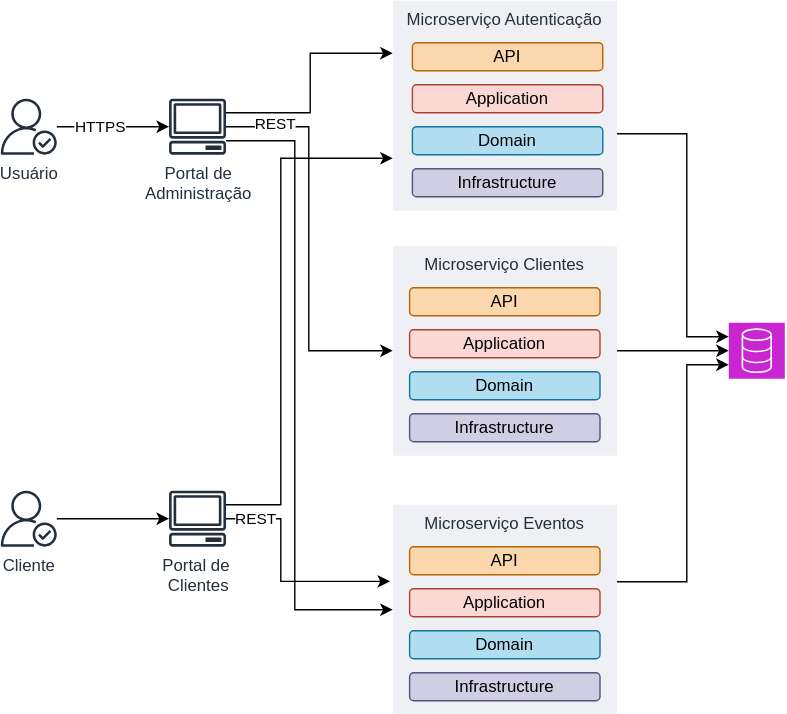
niccampanelli/domvsit-pdi23 keeps this draw.io diagram as architecture.svg. Above is the earlier version. Source tidied: cells renumbered, new cells last; positions are measured from the earlier drawing's top-left corner, leaving out a move shared by most shapes.
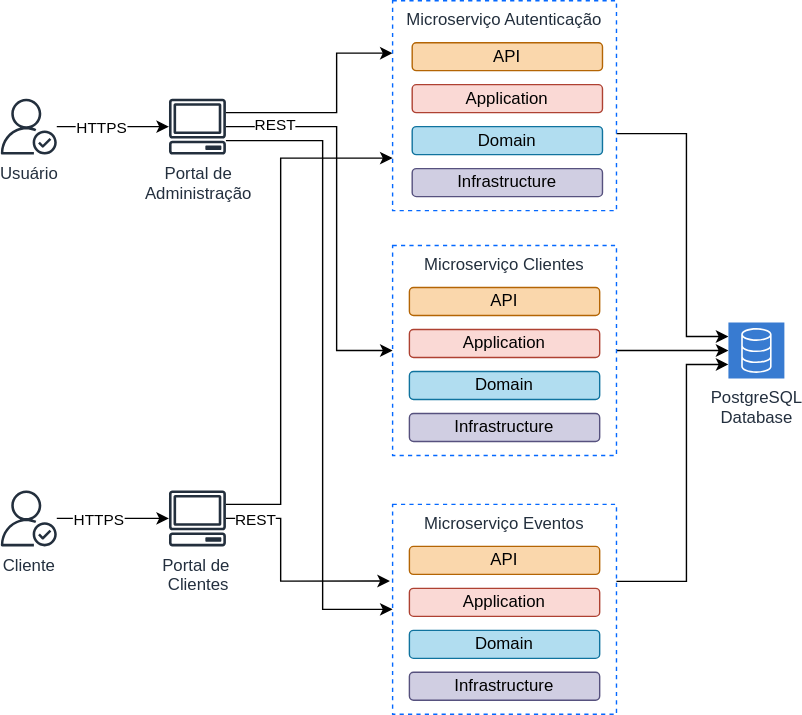
After the change.

Commit message:
Pequenas Modificações no Diagrama de Arquitetura e Configurando mediator

What changed in the source:
```diff
@@ -5,16 +5,16 @@
     <mxCell id="2" style="edgeStyle=orthogonalEdgeStyle;rounded=0;jettySize=auto;html=1;entryX=0;entryY=0.25;entryDx=0;entryDy=0;" parent="1" edge="1" source="6" target="11">
       <mxGeometry relative="1" as="geometry">
         <Array as="points">
-          <mxPoint x="221" y="80" />
-          <mxPoint x="221" y="38" />
+          <mxPoint x="240" y="80" />
+          <mxPoint x="240" y="38" />
         </Array>
       </mxGeometry>
     </mxCell>
     <mxCell id="3" style="edgeStyle=orthogonalEdgeStyle;rounded=0;jettySize=auto;html=1;entryX=0;entryY=0.5;entryDx=0;entryDy=0;" parent="1" edge="1" source="6" target="13">
       <mxGeometry relative="1" as="geometry">
         <Array as="points">
-          <mxPoint x="220" y="90" />
-          <mxPoint x="220" y="250" />
+          <mxPoint x="240" y="90" />
+          <mxPoint x="240" y="250" />
         </Array>
       </mxGeometry>
     </mxCell>
@@ -24,8 +24,8 @@
     <mxCell id="5" style="edgeStyle=orthogonalEdgeStyle;rounded=0;jettySize=auto;html=1;entryX=0;entryY=0.5;entryDx=0;entryDy=0;" parent="1" edge="1" source="6" target="15">
       <mxGeometry relative="1" as="geometry">
         <Array as="points">
-          <mxPoint x="210" y="100" />
-          <mxPoint x="210" y="435" />
+          <mxPoint x="230" y="100" />
+          <mxPoint x="230" y="435" />
         </Array>
       </mxGeometry>
     </mxCell>
@@ -49,13 +49,13 @@
         </Array>
       </mxGeometry>
     </mxCell>
-    <mxCell id="11" value="Microserviço Autenticação" style="fillColor=#EFF0F3;strokeColor=none;dashed=0;verticalAlign=top;fontStyle=0;fontColor=#232F3D;whiteSpace=wrap;html=1;" parent="1" vertex="1">
+    <mxCell id="11" value="Microserviço Autenticação" style="fillColor=none;strokeColor=#0569FF;dashed=1;verticalAlign=top;fontStyle=0;fontColor=#232F3D;whiteSpace=wrap;html=1;" parent="1" vertex="1">
       <mxGeometry x="280" width="160" height="150" as="geometry" />
     </mxCell>
     <mxCell id="12" style="edgeStyle=orthogonalEdgeStyle;rounded=0;jettySize=auto;html=1;entryX=0;entryY=0.5;entryDx=0;entryDy=0;entryPerimeter=0;" parent="1" edge="1" source="13" target="16">
       <mxGeometry relative="1" as="geometry" />
     </mxCell>
-    <mxCell id="13" value="Microserviço Clientes" style="fillColor=#EFF0F3;strokeColor=none;dashed=0;verticalAlign=top;fontStyle=0;fontColor=#232F3D;whiteSpace=wrap;html=1;" parent="1" vertex="1">
+    <mxCell id="13" value="Microserviço Clientes" style="fillColor=none;strokeColor=#0569FF;dashed=1;verticalAlign=top;fontStyle=0;fontColor=#232F3D;whiteSpace=wrap;html=1;" parent="1" vertex="1">
       <mxGeometry x="280" y="175" width="160" height="150" as="geometry" />
     </mxCell>
     <mxCell id="14" style="edgeStyle=orthogonalEdgeStyle;rounded=0;jettySize=auto;html=1;entryX=0;entryY=0.75;entryDx=0;entryDy=0;entryPerimeter=0;" parent="1" edge="1" source="15" target="16">
@@ -66,10 +66,10 @@
         </Array>
       </mxGeometry>
     </mxCell>
-    <mxCell id="15" value="Microserviço Eventos" style="fillColor=#EFF0F3;strokeColor=none;dashed=0;verticalAlign=top;fontStyle=0;fontColor=#232F3D;whiteSpace=wrap;html=1;" parent="1" vertex="1">
+    <mxCell id="15" value="Microserviço Eventos" style="fillColor=none;strokeColor=#0569FF;dashed=1;verticalAlign=top;fontStyle=0;fontColor=#232F3D;whiteSpace=wrap;html=1;" parent="1" vertex="1">
       <mxGeometry x="280" y="360" width="160" height="150" as="geometry" />
     </mxCell>
-    <mxCell id="16" style="sketch=0;points=[[0,0,0],[0.25,0,0],[0.5,0,0],[0.75,0,0],[1,0,0],[0,1,0],[0.25,1,0],[0.5,1,0],[0.75,1,0],[1,1,0],[0,0.25,0],[0,0.5,0],[0,0.75,0],[1,0.25,0],[1,0.5,0],[1,0.75,0]];outlineConnect=0;fontColor=#232F3E;fillColor=#C925D1;strokeColor=#ffffff;dashed=0;verticalLabelPosition=bottom;verticalAlign=top;align=center;html=1;fontSize=12;fontStyle=0;shape=mxgraph.aws4.resourceIcon;resIcon=mxgraph.aws4.database;" parent="1" vertex="1">
+    <mxCell id="16" value="PostgreSQL&lt;br&gt;Database" style="sketch=0;points=[[0,0,0],[0.25,0,0],[0.5,0,0],[0.75,0,0],[1,0,0],[0,1,0],[0.25,1,0],[0.5,1,0],[0.75,1,0],[1,1,0],[0,0.25,0],[0,0.5,0],[0,0.75,0],[1,0.25,0],[1,0.5,0],[1,0.75,0]];outlineConnect=0;fontColor=#232F3E;fillColor=#387BD1;strokeColor=#ffffff;dashed=0;verticalLabelPosition=bottom;verticalAlign=top;align=center;html=1;fontSize=12;fontStyle=0;shape=mxgraph.aws4.resourceIcon;resIcon=mxgraph.aws4.database;" parent="1" vertex="1">
       <mxGeometry x="520" y="230" width="40" height="40" as="geometry" />
     </mxCell>
     <mxCell id="17" value="API" style="rounded=1;whiteSpace=wrap;html=1;fillColor=#fad7ac;strokeColor=#b46504;" parent="1" vertex="1">
@@ -111,6 +111,11 @@
     <mxCell id="29" style="edgeStyle=orthogonalEdgeStyle;rounded=0;jettySize=auto;html=1;" parent="1" edge="1" source="30" target="34">
       <mxGeometry relative="1" as="geometry" />
     </mxCell>
+    <mxCell id="35" value="HTTPS" style="edgeLabel;html=1;align=center;verticalAlign=middle;" parent="29" vertex="1">
+      <mxGeometry x="-0.27" y="2" relative="1" as="geometry">
+        <mxPoint y="2" as="offset" />
+      </mxGeometry>
+    </mxCell>
     <mxCell id="30" value="Cliente" style="sketch=0;outlineConnect=0;fontColor=#232F3E;gradientColor=none;fillColor=#232F3D;strokeColor=none;dashed=0;verticalLabelPosition=bottom;verticalAlign=top;align=center;html=1;fontSize=12;fontStyle=0;shape=mxgraph.aws4.authenticated_user;" parent="1" vertex="1">
       <mxGeometry y="350" width="40" height="40" as="geometry" />
     </mxCell>
```
